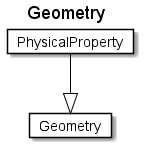
rtigran/rdf2adoc keeps this PlantUML diagram as fragments/diagrams/Geometry.png. Above is the earlier version.
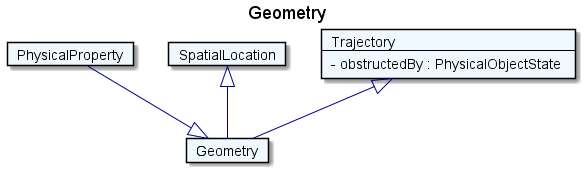
After the change.

What changed in the source:
```diff
@@ -1,11 +1,21 @@
 @startuml
 Title Geometry
 
-Card Geometry #fff [
+Card Geometry #F0F8FF [
 Geometry
 ]
-Card PhysicalProperty #fff [
+Card PhysicalProperty #F0F8FF [
 PhysicalProperty
 ]
-PhysicalProperty --|> Geometry  #000
+PhysicalProperty --|> Geometry  #00008B
+Card SpatialLocation #F0F8FF [
+SpatialLocation
+]
+SpatialLocation <|-- Geometry  #00008B
+Card Trajectory #F0F8FF [
+Trajectory
+----
+- obstructedBy : PhysicalObjectState
+]
+Trajectory <|-- Geometry  #00008B
 @enduml
```
